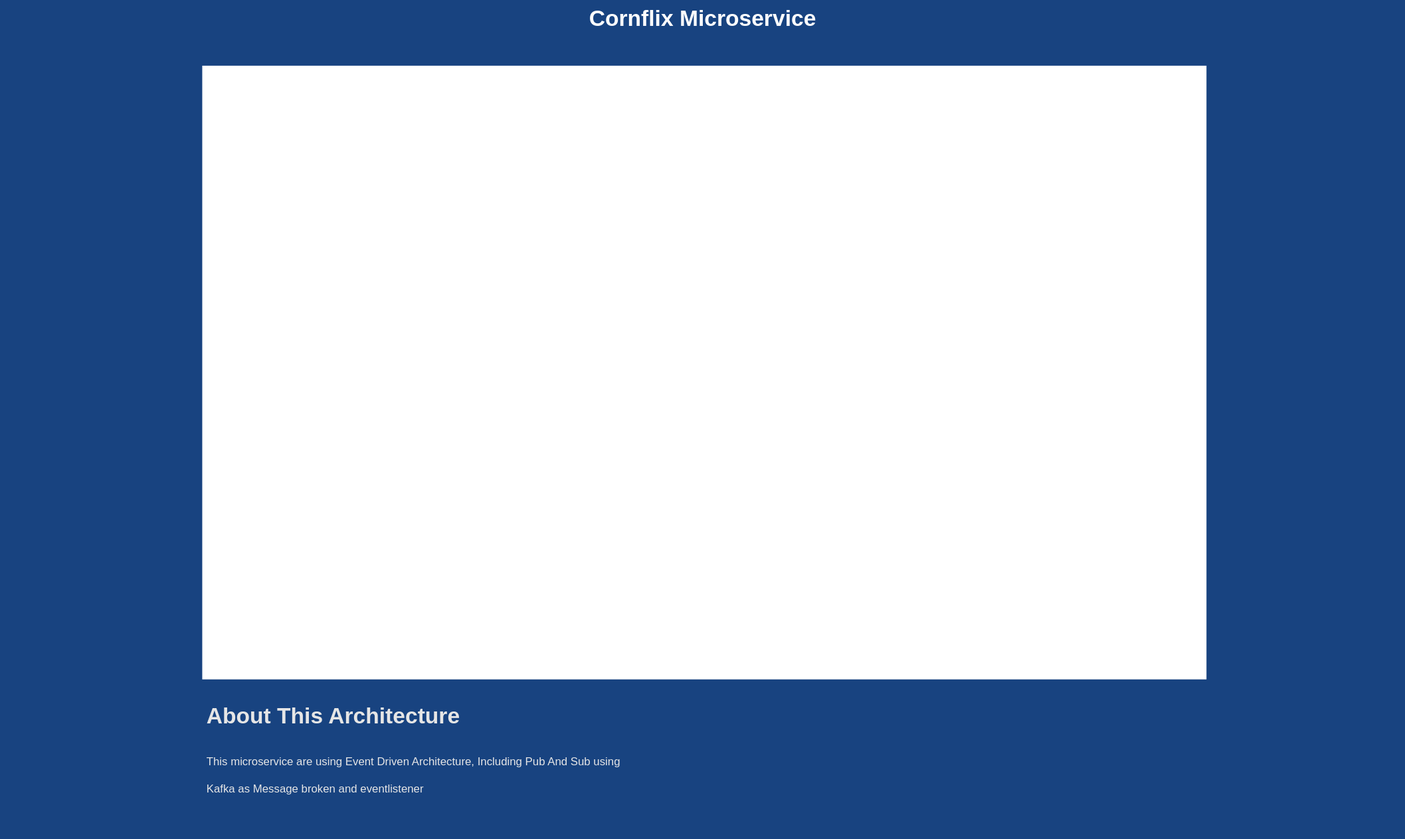
This is .github/image/Service-architecture.svg from xxidbr9/event-driven-architecture, a draw.io export, as it was before one commit. Source tidied: cells renumbered, new cells last; positions are measured from the earlier drawing's top-left corner, leaving out a move shared by most shapes.
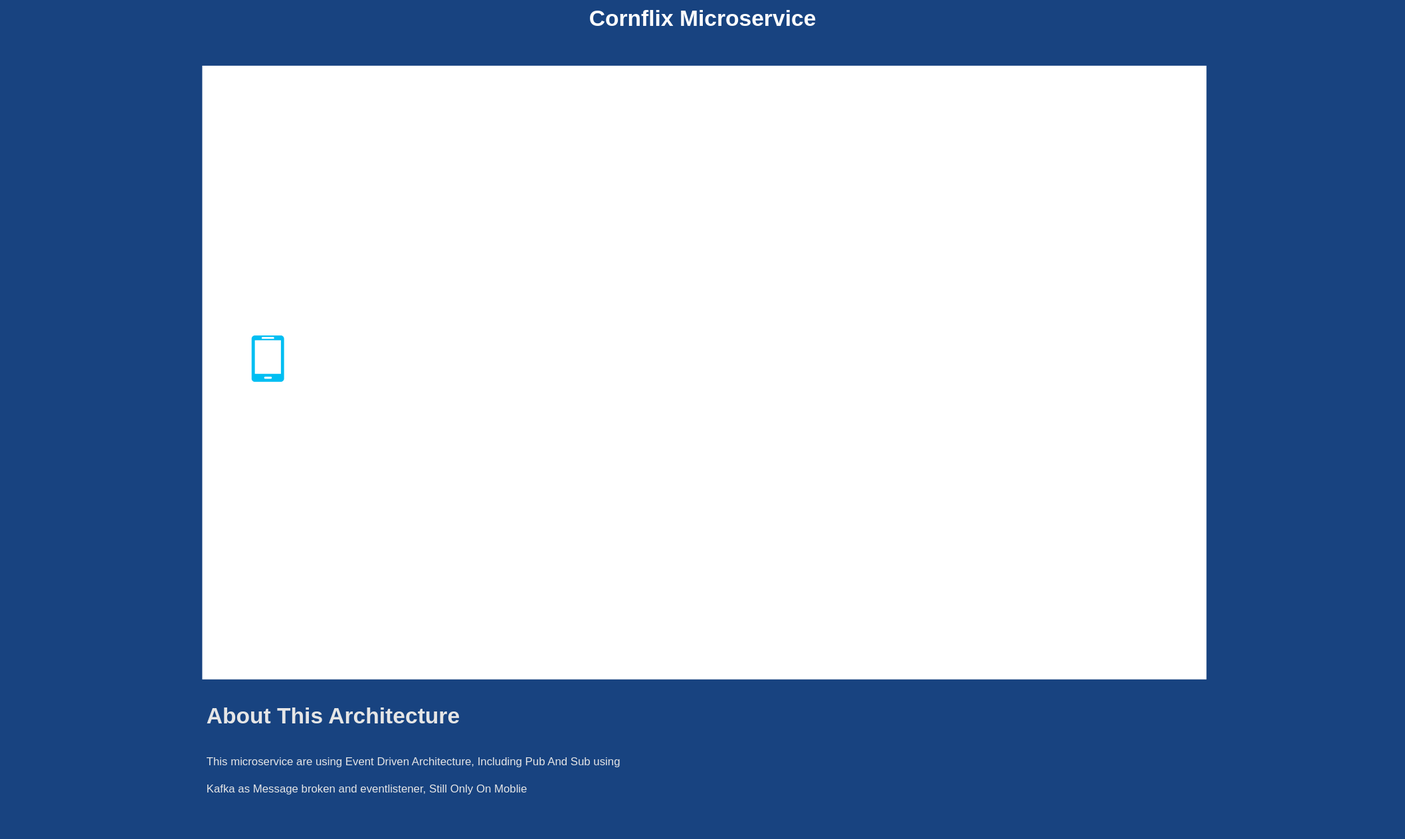
The same diagram one commit later.

What changed in the source:
```diff
@@ -8,8 +8,11 @@
     <mxCell id="3" style="rounded=0;whiteSpace=wrap;html=1;fontColor=#4073FF;strokeColor=none;" parent="1" vertex="1">
       <mxGeometry x="217" y="70" width="1080" height="660" as="geometry" />
     </mxCell>
-    <mxCell id="4" value="&lt;h1&gt;About This Architecture&lt;/h1&gt;&lt;h1&gt;&lt;span style=&quot;font-size: 12px ; font-weight: normal&quot;&gt;This microservice are using Event Driven Architecture, Including Pub And Sub using Kafka as Message broken and eventlistener&lt;/span&gt;&lt;br&gt;&lt;/h1&gt;" style="text;html=1;strokeColor=none;spacing=5;spacingTop=-20;whiteSpace=wrap;overflow=hidden;rounded=0;fontColor=#E6E6E6;" parent="1" vertex="1">
+    <mxCell id="4" value="&lt;h1&gt;About This Architecture&lt;/h1&gt;&lt;h1&gt;&lt;span style=&quot;font-size: 12px ; font-weight: normal&quot;&gt;This microservice are using Event Driven Architecture, Including Pub And Sub using Kafka as Message broken and eventlistener, Still Only On Moblie&lt;/span&gt;&lt;br&gt;&lt;/h1&gt;" style="text;html=1;strokeColor=none;spacing=5;spacingTop=-20;whiteSpace=wrap;overflow=hidden;rounded=0;fontColor=#E6E6E6;" parent="1" vertex="1">
       <mxGeometry x="217" y="750" width="463" height="150" as="geometry" />
     </mxCell>
+    <mxCell id="5" style="verticalLabelPosition=bottom;html=1;verticalAlign=top;align=center;strokeColor=none;fillColor=#00BEF2;shape=mxgraph.azure.mobile;rounded=1;fontColor=#E6E6E6;" parent="1" vertex="1">
+      <mxGeometry x="270" y="360" width="35" height="50" as="geometry" />
+    </mxCell>
   </root>
 </mxGraphModel>
```
